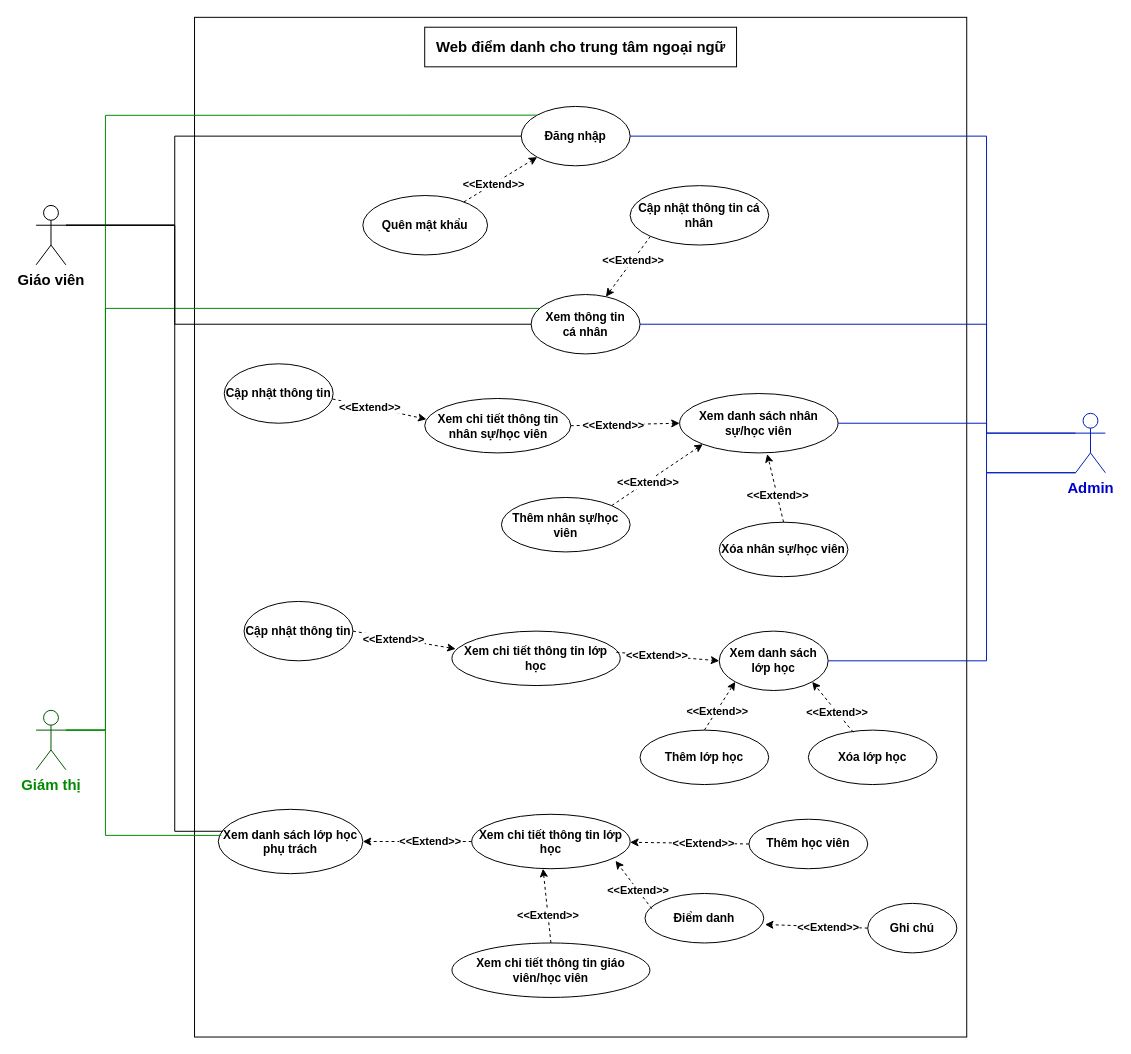
astr0tas/English-Center-Attendance-Check keeps this draw.io diagram as Week 1/UC Diagram.drawio. Above is the earlier version. Source tidied: cells renumbered, new cells numbered last; positions are measured from the earlier drawing's top-left corner, leaving out a move shared by most shapes. Both pictures are drawn from the tidied source at 99%, with x=0, y=0 at pixel (36, 17).
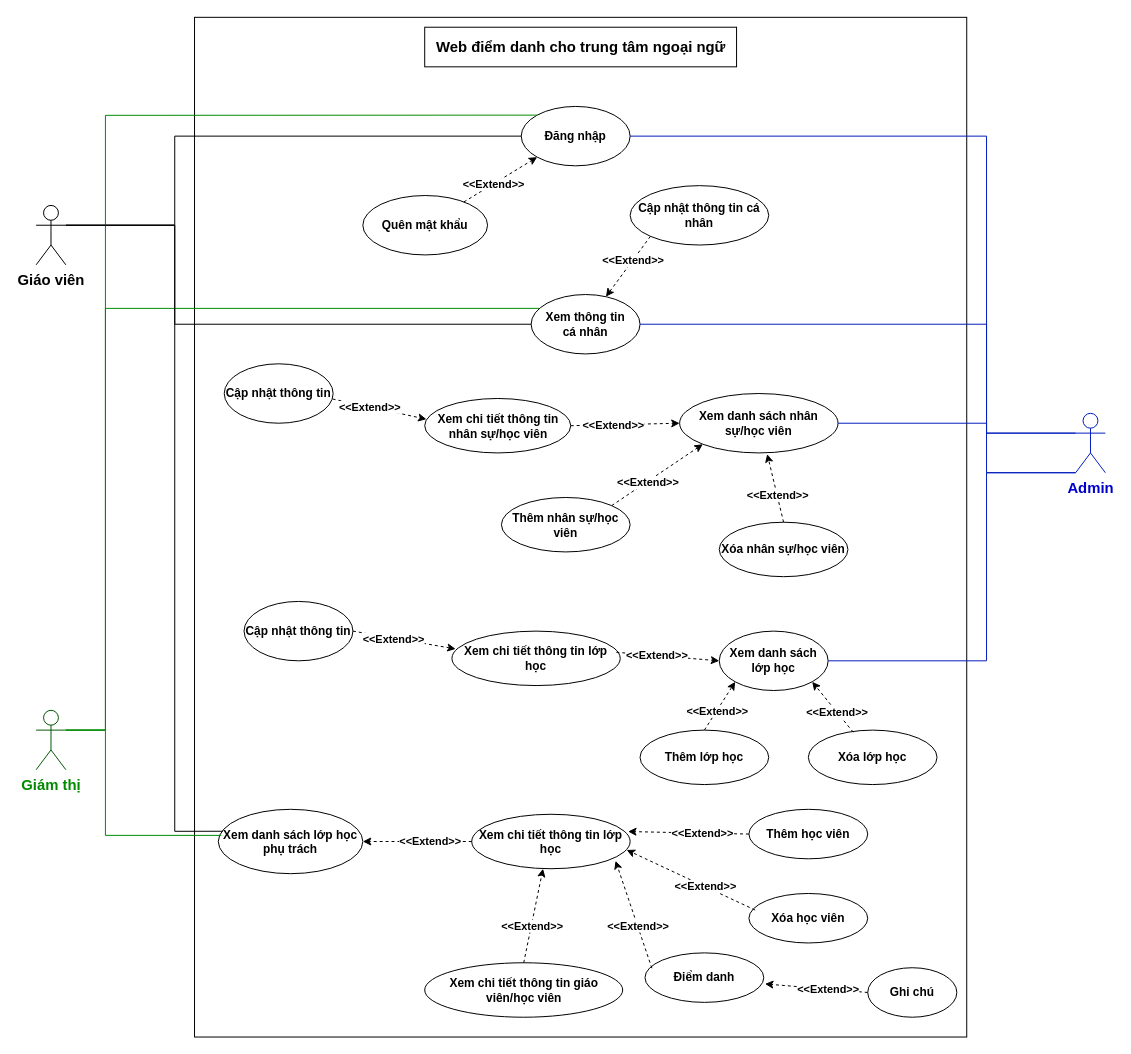
Above is the later version.

The change refers to these unchanged cells:
```xml
<mxCell id="61" value="Xem chi tiết thông tin lớp học" style="ellipse;whiteSpace=wrap;html=1;fontStyle=1;" parent="1" vertex="1">
  <mxGeometry x="440" y="805" width="160" height="55" as="geometry" />
</mxCell>
```

Diff of the diagram source:
```diff
@@
     <mxCell id="22" value="Ghi chú" style="ellipse;whiteSpace=wrap;html=1;fontStyle=1;" parent="1" vertex="1">
-      <mxGeometry x="840" y="895" width="90" height="50" as="geometry" />
+      <mxGeometry x="840" y="960" width="90" height="50" as="geometry" />
     </mxCell>
@@
     <mxCell id="53" value="Điểm danh" style="ellipse;whiteSpace=wrap;html=1;fontStyle=1;" parent="1" vertex="1">
-      <mxGeometry x="615" y="885" width="120" height="50" as="geometry" />
+      <mxGeometry x="615" y="945" width="120" height="50" as="geometry" />
     </mxCell>
@@
     <mxCell id="58" value="Thêm học viên" style="ellipse;whiteSpace=wrap;html=1;fontStyle=1;" parent="1" vertex="1">
-      <mxGeometry x="720" y="810" width="120" height="50" as="geometry" />
+      <mxGeometry x="720" y="800" width="120" height="50" as="geometry" />
     </mxCell>
-    <mxCell id="59" style="endArrow=classic;html=1;rounded=0;exitX=0;exitY=0.5;exitDx=0;exitDy=0;dashed=1;fontStyle=1;" parent="1" edge="1" source="58" target="61">
+    <mxCell id="59" style="endArrow=classic;html=1;rounded=0;exitX=0;exitY=0.5;exitDx=0;exitDy=0;dashed=1;fontStyle=1;entryX=0.987;entryY=0.317;entryDx=0;entryDy=0;entryPerimeter=0;" parent="1" edge="1" source="58" target="61">
       <mxGeometry relative="1" as="geometry" />
     </mxCell>
@@
     <mxCell id="64" value="Xem chi tiết thông tin giáo viên/học viên" style="ellipse;whiteSpace=wrap;html=1;fontStyle=1;" parent="1" vertex="1">
-      <mxGeometry x="420" y="935" width="200" height="55" as="geometry" />
+      <mxGeometry x="392.5" y="955" width="200" height="55" as="geometry" />
     </mxCell>
@@
+    <mxCell id="67" value="Xóa học viên" style="ellipse;whiteSpace=wrap;html=1;fontStyle=1;" parent="1" vertex="1">
+      <mxGeometry x="720" y="885" width="120" height="50" as="geometry" />
+    </mxCell>
+    <mxCell id="68" style="endArrow=classic;html=1;rounded=0;exitX=0.052;exitY=0.334;exitDx=0;exitDy=0;dashed=1;fontStyle=1;entryX=0.978;entryY=0.655;entryDx=0;entryDy=0;entryPerimeter=0;exitPerimeter=0;" parent="1" edge="1" source="67" target="61">
+      <mxGeometry relative="1" as="geometry" />
+    </mxCell>
+    <mxCell id="69" value="&amp;lt;&amp;lt;Extend&amp;gt;&amp;gt;" style="edgeLabel;html=1;align=center;verticalAlign=middle;fontStyle=1;" parent="68" vertex="1">
+      <mxGeometry x="-0.22" relative="1" as="geometry" />
+    </mxCell>
```
